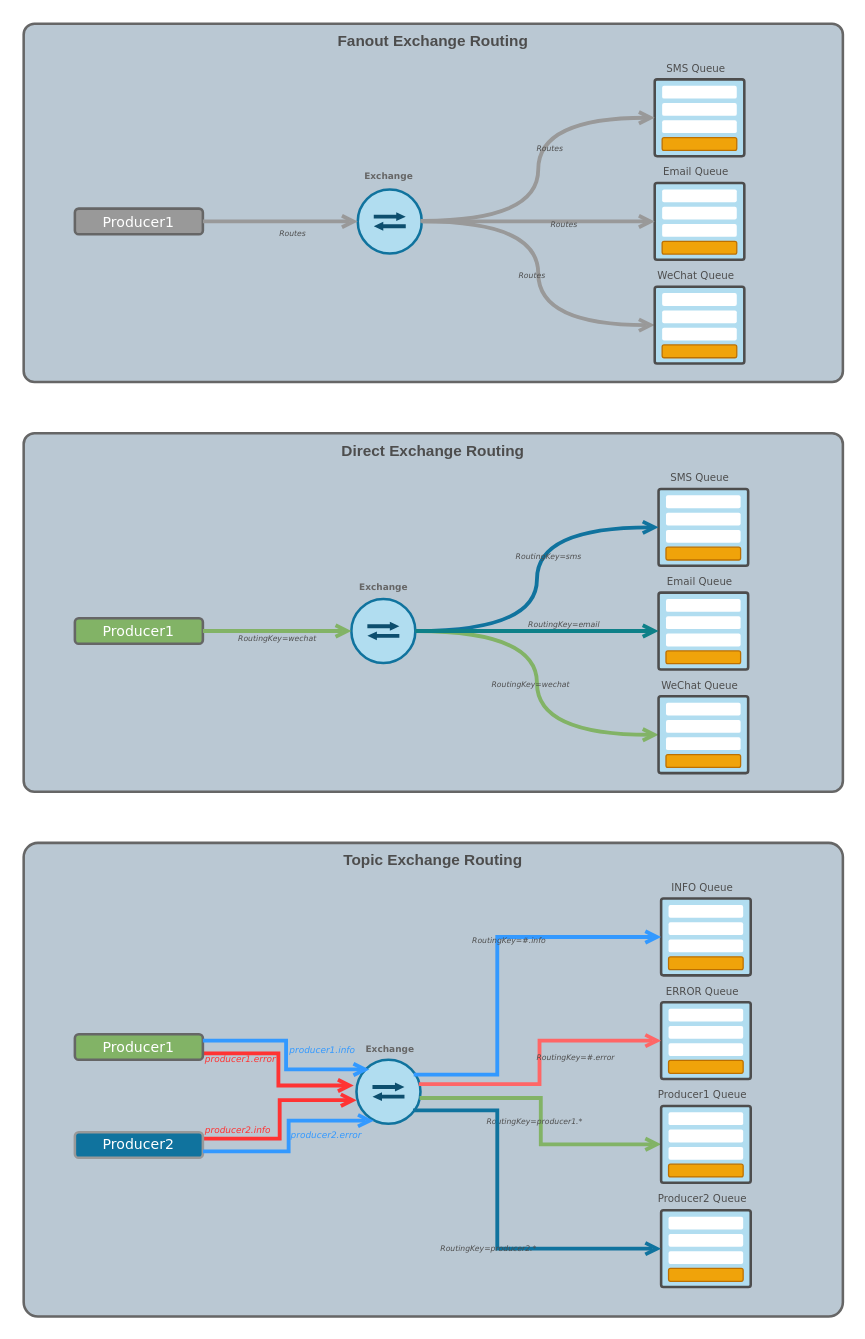
Above: page "Exchange Types" (4 of 4) of fs/RabbitMQ.drawio in gaivin/drawio (draw.io), before the change. Source tidied: cells renumbered, new cells numbered last; positions are measured from the earlier drawing's top-left corner, leaving out a move shared by most shapes. Both pictures are drawn from the tidied source at 128%, with x=0, y=0 at pixel (23, 23).
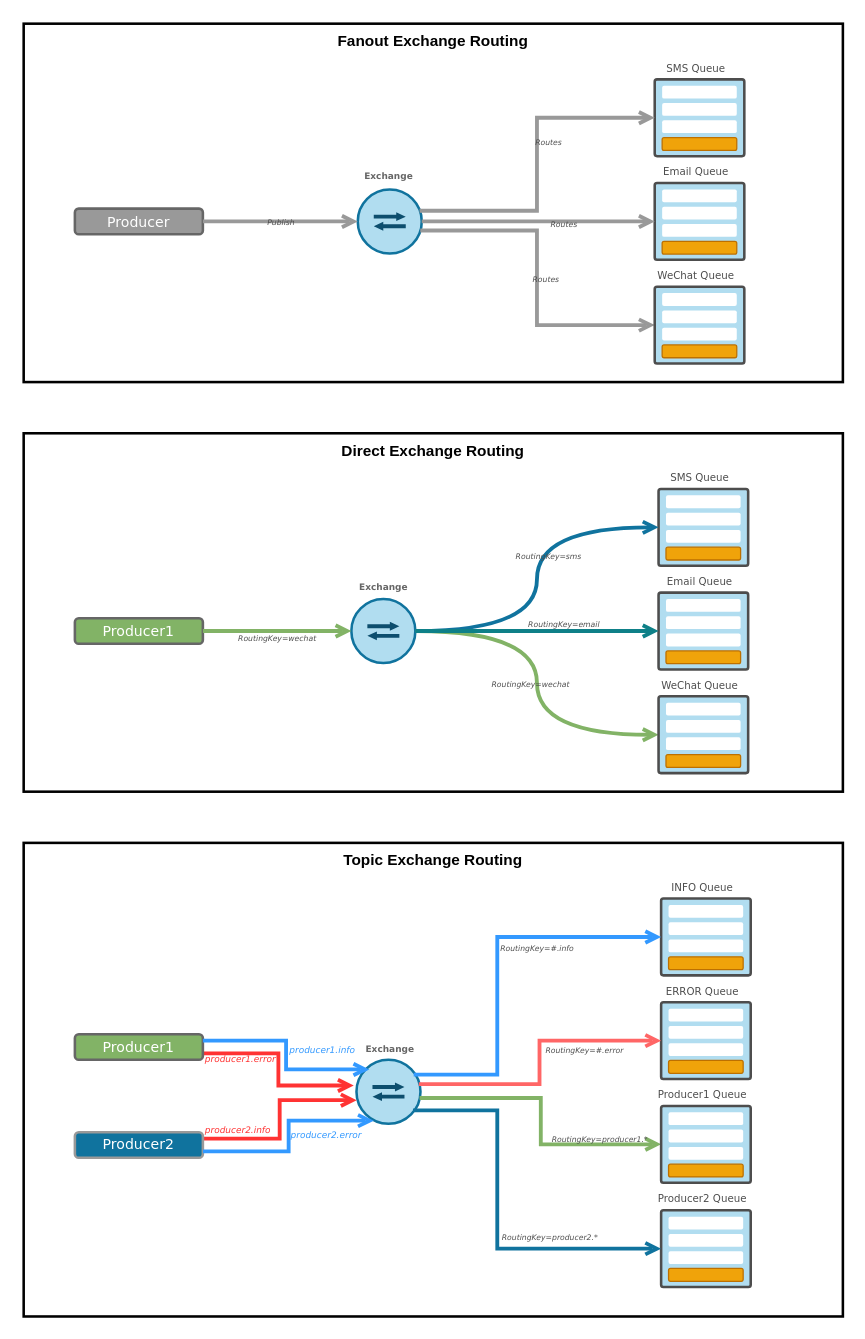
The same page after the edit.

Unchanged cells that the change refers to:
```xml
<mxCell id="4" style="ellipse;whiteSpace=wrap;html=1;strokeColor=#10739e;fillColor=#b1ddf0;strokeWidth=2;" parent="3" vertex="1">
  <mxGeometry width="50" height="50" as="geometry" />
</mxCell>
<mxCell id="10" style="rounded=1;whiteSpace=wrap;html=1;strokeColor=#4D4D4D;strokeWidth=2;fillColor=#b1ddf0;arcSize=3;" parent="9" vertex="1">
  <mxGeometry width="70" height="60" as="geometry" />
</mxCell>
<mxCell id="27" style="rounded=1;whiteSpace=wrap;html=1;strokeColor=#4D4D4D;strokeWidth=2;fillColor=#b1ddf0;arcSize=3;" parent="26" vertex="1">
  <mxGeometry width="70" height="60" as="geometry" />
</mxCell>
<mxCell id="74" style="ellipse;whiteSpace=wrap;html=1;strokeColor=#10739e;fillColor=#b1ddf0;strokeWidth=2;" parent="73" vertex="1">
  <mxGeometry width="50" height="50" as="geometry" />
</mxCell>
<mxCell id="97" style="rounded=1;whiteSpace=wrap;html=1;strokeColor=#4D4D4D;strokeWidth=2;fillColor=#b1ddf0;arcSize=3;" parent="96" vertex="1">
  <mxGeometry width="70" height="60" as="geometry" />
</mxCell>
<mxCell id="103" style="edgeStyle=elbowEdgeStyle;rounded=0;jettySize=auto;html=1;entryX=0;entryY=0.5;entryDx=0;entryDy=0;fontFamily=Verdana;fontSize=8;fontColor=none;endArrow=open;endFill=0;strokeColor=#3399FF;strokeWidth=3;fillColor=#b1ddf0;noLabel=1;exitX=0.894;exitY=0.23;exitDx=0;exitDy=0;exitPerimeter=0;" parent="1" edge="1" source="74" target="80">
  <mxGeometry relative="1" as="geometry">
    <Array as="points">
      <mxPoint x="370" y="770" />
    </Array>
  </mxGeometry>
</mxCell>
<mxCell id="105" style="edgeStyle=elbowEdgeStyle;rounded=0;jettySize=auto;html=1;entryX=0;entryY=0.5;entryDx=0;entryDy=0;fontFamily=Verdana;fontSize=8;fontColor=#4D4D4D;endArrow=open;endFill=0;strokeColor=#FF6666;strokeWidth=3;fillColor=#b0e3e6;exitX=0.974;exitY=0.379;exitDx=0;exitDy=0;exitPerimeter=0;" parent="1" edge="1" source="74" target="89">
  <mxGeometry relative="1" as="geometry" />
</mxCell>
<mxCell id="116" style="edgeStyle=elbowEdgeStyle;rounded=0;jettySize=auto;html=1;entryX=0;entryY=0.5;entryDx=0;entryDy=0;fontFamily=Verdana;fontSize=8;fontColor=none;endArrow=open;endFill=0;strokeColor=#10739E;strokeWidth=3;fillColor=#b1ddf0;noLabel=1;exitX=0.883;exitY=0.79;exitDx=0;exitDy=0;exitPerimeter=0;" parent="1" edge="1" source="74" target="110">
  <mxGeometry relative="1" as="geometry">
    <Array as="points">
      <mxPoint x="370" y="900" />
    </Array>
  </mxGeometry>
</mxCell>
```

The edit, as a diff of the source:
```diff
@@
-    <mxCell id="2" value="&lt;font&gt;&lt;span&gt;Fanout Exchange Routing&lt;/span&gt;&lt;/font&gt;" style="rounded=1;whiteSpace=wrap;html=1;strokeColor=#666666;strokeWidth=2;fillColor=#bac8d3;arcSize=3;verticalAlign=top;fontFamily=Helvetica;fontStyle=1;fontColor=#4D4D4D;" parent="1" vertex="1">
+    <mxCell id="2" value="&lt;font&gt;&lt;span&gt;Fanout Exchange Routing&lt;/span&gt;&lt;/font&gt;" style="rounded=1;whiteSpace=wrap;html=1;strokeWidth=2;arcSize=0;verticalAlign=top;fontFamily=Helvetica;fontStyle=1;" parent="1" vertex="1">
       <mxGeometry width="640" height="280" as="geometry" />
     </mxCell>
@@
-    <mxCell id="16" value="Routes" style="edgeStyle=orthogonalEdgeStyle;curved=1;rounded=0;jettySize=auto;html=1;exitX=1;exitY=0.5;exitDx=0;exitDy=0;entryX=0;entryY=0.5;entryDx=0;entryDy=0;fontFamily=Verdana;fontSize=6;fontColor=#4D4D4D;endArrow=open;endFill=0;strokeColor=#999999;strokeWidth=3;fillColor=#0D4E6E;labelBackgroundColor=none;fontStyle=2;" parent="1" edge="1" source="4" target="27">
+    <mxCell id="16" value="Routes" style="edgeStyle=elbowEdgeStyle;rounded=0;jettySize=auto;html=1;exitX=0.977;exitY=0.641;exitDx=0;exitDy=0;entryX=0;entryY=0.5;entryDx=0;entryDy=0;fontFamily=Verdana;fontSize=6;fontColor=#4D4D4D;endArrow=open;endFill=0;strokeColor=#999999;strokeWidth=3;fillColor=#0D4E6E;labelBackgroundColor=none;fontStyle=2;exitPerimeter=0;align=left;" parent="1" edge="1" source="4" target="27">
       <mxGeometry y="-5" relative="1" as="geometry" />
     </mxCell>
@@
-    <mxCell id="33" style="edgeStyle=orthogonalEdgeStyle;curved=1;rounded=0;jettySize=auto;html=1;entryX=0;entryY=0.5;entryDx=0;entryDy=0;fontFamily=Verdana;fontSize=8;fontColor=#4D4D4D;endArrow=open;endFill=0;strokeColor=#999999;strokeWidth=3;fillColor=#0D4E6E;" parent="1" edge="1" target="10">
-      <mxGeometry relative="1" as="geometry">
-        <mxPoint x="310" y="154" as="sourcePoint" />
-      </mxGeometry>
+    <mxCell id="33" style="edgeStyle=elbowEdgeStyle;rounded=0;jettySize=auto;html=1;entryX=0;entryY=0.5;entryDx=0;entryDy=0;fontFamily=Verdana;fontSize=8;fontColor=#4D4D4D;endArrow=open;endFill=0;strokeColor=#999999;strokeWidth=3;fillColor=#0D4E6E;exitX=0.966;exitY=0.333;exitDx=0;exitDy=0;exitPerimeter=0;align=left;" parent="1" edge="1" source="4" target="10">
+      <mxGeometry relative="1" as="geometry" />
     </mxCell>
@@
-    <mxCell id="37" value="&lt;font&gt;&lt;span&gt;Direct Exchange Routing&lt;/span&gt;&lt;/font&gt;" style="rounded=1;whiteSpace=wrap;html=1;strokeColor=#666666;strokeWidth=2;fillColor=#bac8d3;arcSize=3;verticalAlign=top;fontFamily=Helvetica;fontStyle=1;fontColor=#4D4D4D;" parent="1" vertex="1">
+    <mxCell id="37" value="&lt;font&gt;&lt;span&gt;Direct Exchange Routing&lt;/span&gt;&lt;/font&gt;" style="rounded=1;whiteSpace=wrap;html=1;strokeWidth=2;arcSize=0;verticalAlign=top;fontFamily=Helvetica;fontStyle=1;" parent="1" vertex="1">
       <mxGeometry y="320" width="640" height="280" as="geometry" />
     </mxCell>
@@
-    <mxCell id="72" value="&lt;font&gt;&lt;span&gt;Topic Exchange Routing&lt;/span&gt;&lt;/font&gt;" style="rounded=1;whiteSpace=wrap;html=1;strokeColor=#666666;strokeWidth=2;fillColor=#bac8d3;arcSize=3;verticalAlign=top;fontFamily=Helvetica;fontStyle=1;fontColor=#4D4D4D;" parent="1" vertex="1">
+    <mxCell id="72" value="&lt;font&gt;&lt;span&gt;Topic Exchange Routing&lt;/span&gt;&lt;/font&gt;" style="rounded=1;whiteSpace=wrap;html=1;strokeWidth=2;arcSize=0;verticalAlign=top;fontFamily=Helvetica;fontStyle=1;" parent="1" vertex="1">
       <mxGeometry y="640" width="640" height="370" as="geometry" />
     </mxCell>
@@
     <mxCell id="86" value="RoutingKey=producer1.*" style="edgeStyle=elbowEdgeStyle;rounded=0;jettySize=auto;html=1;exitX=0.986;exitY=0.596;exitDx=0;exitDy=0;entryX=0;entryY=0.5;entryDx=0;entryDy=0;fontFamily=Verdana;fontSize=6;fontColor=#4D4D4D;endArrow=open;endFill=0;strokeColor=#82B366;strokeWidth=3;fillColor=#d5e8d4;labelBackgroundColor=none;fontStyle=2;gradientColor=#97d077;exitPerimeter=0;" parent="1" edge="1" source="74" target="97">
-      <mxGeometry y="-5" relative="1" as="geometry" />
+      <mxGeometry x="0.57" y="6" relative="1" as="geometry">
+        <mxPoint y="1" as="offset" />
+      </mxGeometry>
     </mxCell>
@@
     <mxCell id="104" value="RoutingKey=#.info" style="edgeLabel;html=1;align=center;verticalAlign=middle;fontSize=6;fontFamily=Verdana;fontColor=#4D4D4D;labelBackgroundColor=none;fontStyle=2;" parent="103" vertex="1">
-      <mxGeometry x="0.14" y="-8" relative="1" as="geometry" />
+      <mxGeometry x="0.14" y="-8" relative="1" as="geometry">
+        <mxPoint x="22" y="6" as="offset" />
+      </mxGeometry>
     </mxCell>
@@
     <mxCell id="106" value="RoutingKey=#.error&amp;nbsp;&amp;nbsp;" style="edgeLabel;html=1;align=center;verticalAlign=middle;fontSize=6;fontFamily=Verdana;fontColor=#4D4D4D;labelBackgroundColor=none;fontStyle=2;" parent="105" vertex="1">
       <mxGeometry x="0.21" y="-1" relative="1" as="geometry">
-        <mxPoint x="23" y="11" as="offset" />
+        <mxPoint x="30" y="6" as="offset" />
       </mxGeometry>
     </mxCell>
@@
     <mxCell id="117" value="RoutingKey=producer2.*" style="edgeLabel;html=1;align=center;verticalAlign=middle;fontSize=6;fontFamily=Verdana;fontColor=#4D4D4D;labelBackgroundColor=none;fontStyle=2;" parent="116" vertex="1">
-      <mxGeometry x="0.14" y="-8" relative="1" as="geometry" />
+      <mxGeometry x="0.14" y="-8" relative="1" as="geometry">
+        <mxPoint x="48" y="-8" as="offset" />
+      </mxGeometry>
     </mxCell>
@@
-    <mxCell id="130" value="&lt;div&gt;&lt;font style=&quot;font-size: 11px ; font-weight: normal&quot;&gt;Producer1&lt;/font&gt;&lt;/div&gt;" style="rounded=1;whiteSpace=wrap;html=1;strokeWidth=2;strokeColor=#666666;fillColor=#999999;fontSize=12;fontStyle=1;fontFamily=Verdana;verticalAlign=middle;align=center;fontColor=#ffffff;" parent="1" vertex="1">
+    <mxCell id="130" value="&lt;div&gt;&lt;font style=&quot;font-size: 11px ; font-weight: normal&quot;&gt;Producer&lt;/font&gt;&lt;/div&gt;" style="rounded=1;whiteSpace=wrap;html=1;strokeWidth=2;strokeColor=#666666;fillColor=#999999;fontSize=12;fontStyle=1;fontFamily=Verdana;verticalAlign=middle;align=center;fontColor=#ffffff;" parent="1" vertex="1">
       <mxGeometry x="40" y="144.5" width="100" height="20" as="geometry" />
     </mxCell>
-    <mxCell id="131" style="edgeStyle=orthogonalEdgeStyle;curved=1;rounded=0;jettySize=auto;html=1;entryX=0;entryY=0.5;entryDx=0;entryDy=0;fontFamily=Verdana;fontSize=8;fontColor=#4D4D4D;endArrow=open;endFill=0;strokeColor=#999999;strokeWidth=3;fillColor=#0D4E6E;exitX=1;exitY=0.5;exitDx=0;exitDy=0;" parent="1" edge="1" source="130" target="4">
+    <mxCell id="131" value="Publish" style="edgeStyle=orthogonalEdgeStyle;curved=1;rounded=0;jettySize=auto;html=1;entryX=0;entryY=0.5;entryDx=0;entryDy=0;fontFamily=Verdana;fontSize=6;fontColor=#4D4D4D;endArrow=open;endFill=0;strokeColor=#999999;strokeWidth=3;fillColor=#0D4E6E;exitX=1;exitY=0.5;exitDx=0;exitDy=0;labelBackgroundColor=none;fontStyle=2;" parent="1" edge="1" source="130" target="4">
       <mxGeometry relative="1" as="geometry" />
     </mxCell>
-    <mxCell id="132" value="Routes" style="edgeLabel;html=1;align=center;verticalAlign=middle;fontSize=6;fontFamily=Verdana;fontColor=#4D4D4D;labelBackgroundColor=none;fontStyle=2;" parent="131" vertex="1">
-      <mxGeometry x="0.14" y="-8" relative="1" as="geometry" />
-    </mxCell>
```
